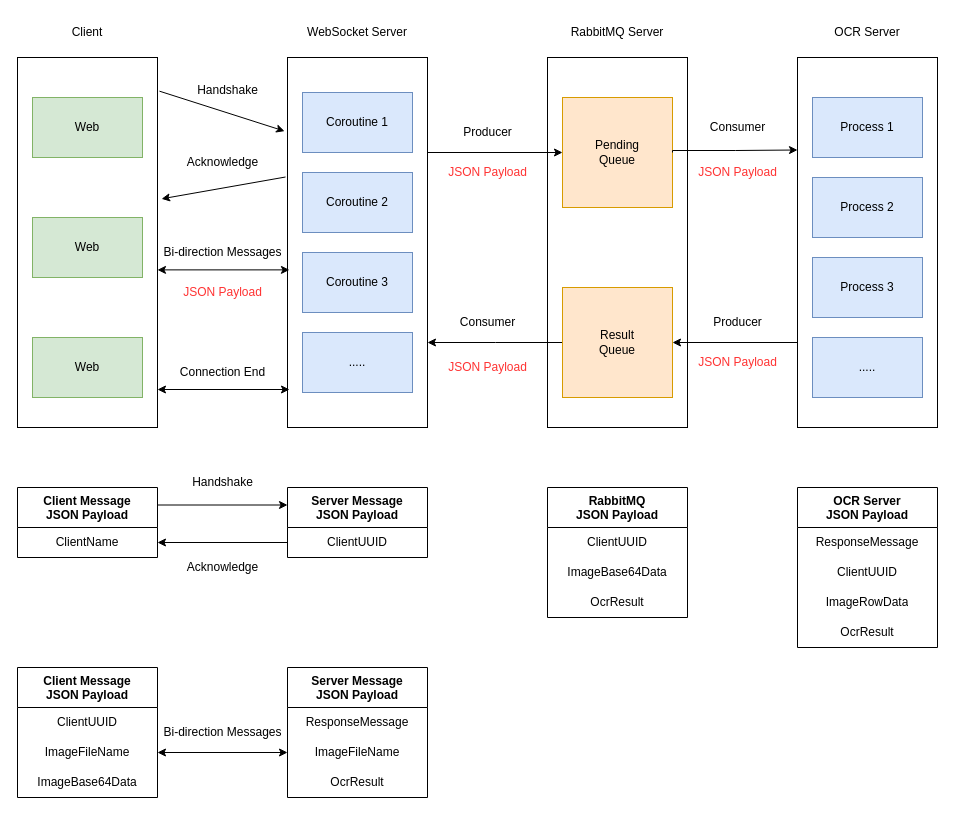
Earlier version of the draw.io diagram System Architecture/Online_OCR.drawio (BowDer1118/Simple-OnlineOCR-System). Source tidied: cells renumbered, new cells numbered last; positions are measured from the earlier drawing's top-left corner, leaving out a move shared by most shapes. Both pictures are drawn from the tidied source at 100%, with x=0, y=0 at pixel (17, 17).
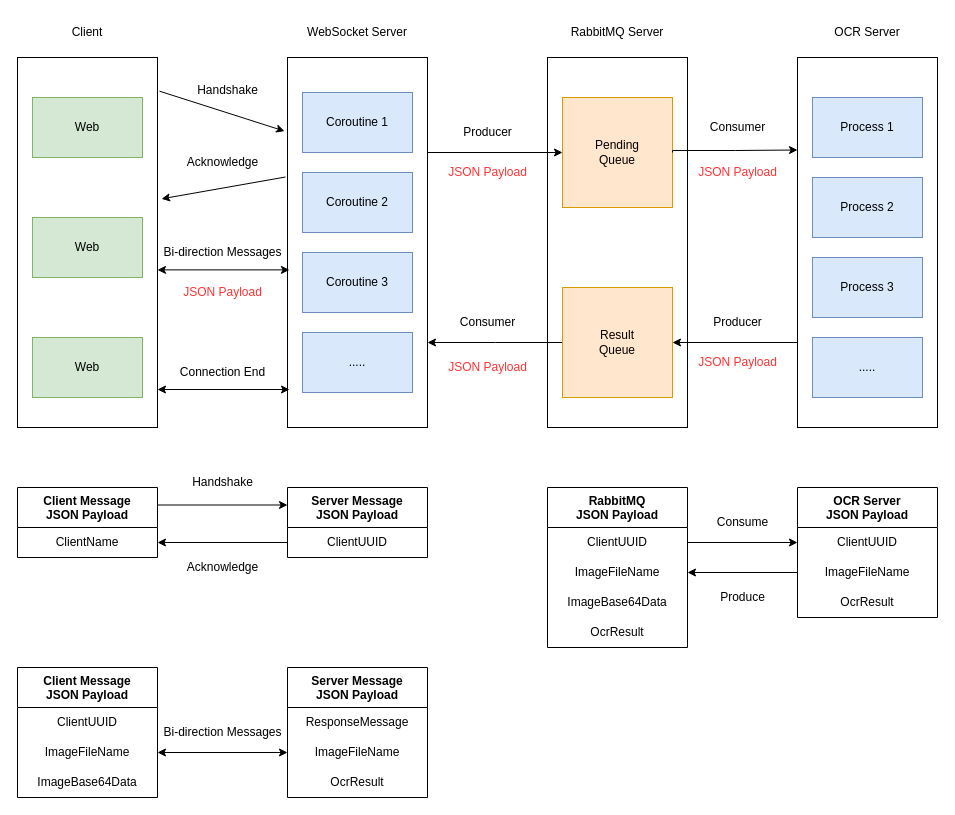
After the change.

Unchanged cells that the change refers to:
```xml
<mxCell id="34" value="ClientUUID" style="text;html=1;strokeColor=none;fillColor=none;align=center;verticalAlign=middle;spacingLeft=4;spacingRight=4;overflow=hidden;points=[[0,0.5],[1,0.5]];portConstraint=eastwest;whiteSpace=wrap;" parent="33" vertex="1">
  <mxGeometry y="40" width="140" height="30" as="geometry" />
</mxCell>
```

Change to the diagram source:
```diff
@@
     <mxCell id="33" value="RabbitMQ&lt;br&gt;JSON Payload" style="swimlane;fontStyle=1;align=center;verticalAlign=top;horizontal=1;startSize=40;html=1;whiteSpace=wrap;" parent="1" vertex="1">
-      <mxGeometry x="530" y="470" width="140" height="130" as="geometry" />
+      <mxGeometry x="530" y="470" width="140" height="160" as="geometry" />
     </mxCell>
@@
+    <mxCell id="71" value="ImageFileName" style="text;html=1;strokeColor=none;fillColor=none;align=center;verticalAlign=middle;spacingLeft=4;spacingRight=4;overflow=hidden;points=[[0,0.5],[1,0.5]];portConstraint=eastwest;whiteSpace=wrap;" parent="33" vertex="1">
+      <mxGeometry y="70" width="140" height="30" as="geometry" />
+    </mxCell>
     <mxCell id="35" value="ImageBase64Data" style="text;html=1;strokeColor=none;fillColor=none;align=center;verticalAlign=middle;spacingLeft=4;spacingRight=4;overflow=hidden;whiteSpace=wrap;" parent="33" vertex="1">
-      <mxGeometry y="70" width="140" height="30" as="geometry" />
+      <mxGeometry y="100" width="140" height="30" as="geometry" />
     </mxCell>
     <mxCell id="36" value="OcrResult" style="text;html=1;strokeColor=none;fillColor=none;align=center;verticalAlign=middle;spacingLeft=4;spacingRight=4;overflow=hidden;whiteSpace=wrap;" parent="33" vertex="1">
-      <mxGeometry y="100" width="140" height="30" as="geometry" />
+      <mxGeometry y="130" width="140" height="30" as="geometry" />
     </mxCell>
@@
     <mxCell id="44" value="OCR Server&lt;br&gt;JSON Payload" style="swimlane;fontStyle=1;align=center;verticalAlign=top;horizontal=1;startSize=40;html=1;whiteSpace=wrap;" parent="1" vertex="1">
-      <mxGeometry x="780" y="470" width="140" height="160" as="geometry" />
+      <mxGeometry x="780" y="470" width="140" height="130" as="geometry" />
     </mxCell>
-    <mxCell id="45" value="ResponseMessage" style="text;html=1;strokeColor=none;fillColor=none;align=center;verticalAlign=middle;spacingLeft=4;spacingRight=4;overflow=hidden;whiteSpace=wrap;" parent="44" vertex="1">
-      <mxGeometry y="40" width="140" height="30" as="geometry" />
-    </mxCell>
     <mxCell id="46" value="ClientUUID" style="text;html=1;strokeColor=none;fillColor=none;align=center;verticalAlign=middle;spacingLeft=4;spacingRight=4;overflow=hidden;points=[[0,0.5],[1,0.5]];portConstraint=eastwest;whiteSpace=wrap;" parent="44" vertex="1">
-      <mxGeometry y="70" width="140" height="30" as="geometry" />
+      <mxGeometry y="40" width="140" height="30" as="geometry" />
     </mxCell>
-    <mxCell id="47" value="ImageRowData" style="text;html=1;strokeColor=none;fillColor=none;align=center;verticalAlign=middle;spacingLeft=4;spacingRight=4;overflow=hidden;whiteSpace=wrap;" parent="44" vertex="1">
-      <mxGeometry y="100" width="140" height="30" as="geometry" />
-    </mxCell>
+    <mxCell id="72" value="ImageFileName" style="text;html=1;strokeColor=none;fillColor=none;align=center;verticalAlign=middle;spacingLeft=4;spacingRight=4;overflow=hidden;points=[[0,0.5],[1,0.5]];portConstraint=eastwest;whiteSpace=wrap;" parent="44" vertex="1">
+      <mxGeometry y="70" width="140" height="30" as="geometry" />
+    </mxCell>
     <mxCell id="48" value="OcrResult" style="text;html=1;strokeColor=none;fillColor=none;align=center;verticalAlign=middle;spacingLeft=4;spacingRight=4;overflow=hidden;whiteSpace=wrap;" parent="44" vertex="1">
-      <mxGeometry y="130" width="140" height="30" as="geometry" />
+      <mxGeometry y="100" width="140" height="30" as="geometry" />
     </mxCell>
@@
+    <mxCell id="73" style="edgeStyle=orthogonalEdgeStyle;rounded=0;jettySize=auto;html=1;entryX=0;entryY=0.5;entryDx=0;entryDy=0;" parent="1" edge="1" source="34" target="46">
+      <mxGeometry relative="1" as="geometry" />
+    </mxCell>
+    <mxCell id="74" style="edgeStyle=orthogonalEdgeStyle;rounded=0;jettySize=auto;html=1;exitX=0;exitY=0.5;exitDx=0;exitDy=0;entryX=1;entryY=0.5;entryDx=0;entryDy=0;" parent="1" edge="1" source="72" target="71">
+      <mxGeometry relative="1" as="geometry" />
+    </mxCell>
+    <mxCell id="75" value="Consume" style="text;html=1;align=center;verticalAlign=middle;strokeColor=none;fillColor=none;" parent="1" vertex="1">
+      <mxGeometry x="690" y="490" width="70" height="30" as="geometry" />
+    </mxCell>
+    <mxCell id="76" value="Produce" style="text;html=1;align=center;verticalAlign=middle;strokeColor=none;fillColor=none;" parent="1" vertex="1">
+      <mxGeometry x="690" y="565" width="70" height="30" as="geometry" />
+    </mxCell>
```
